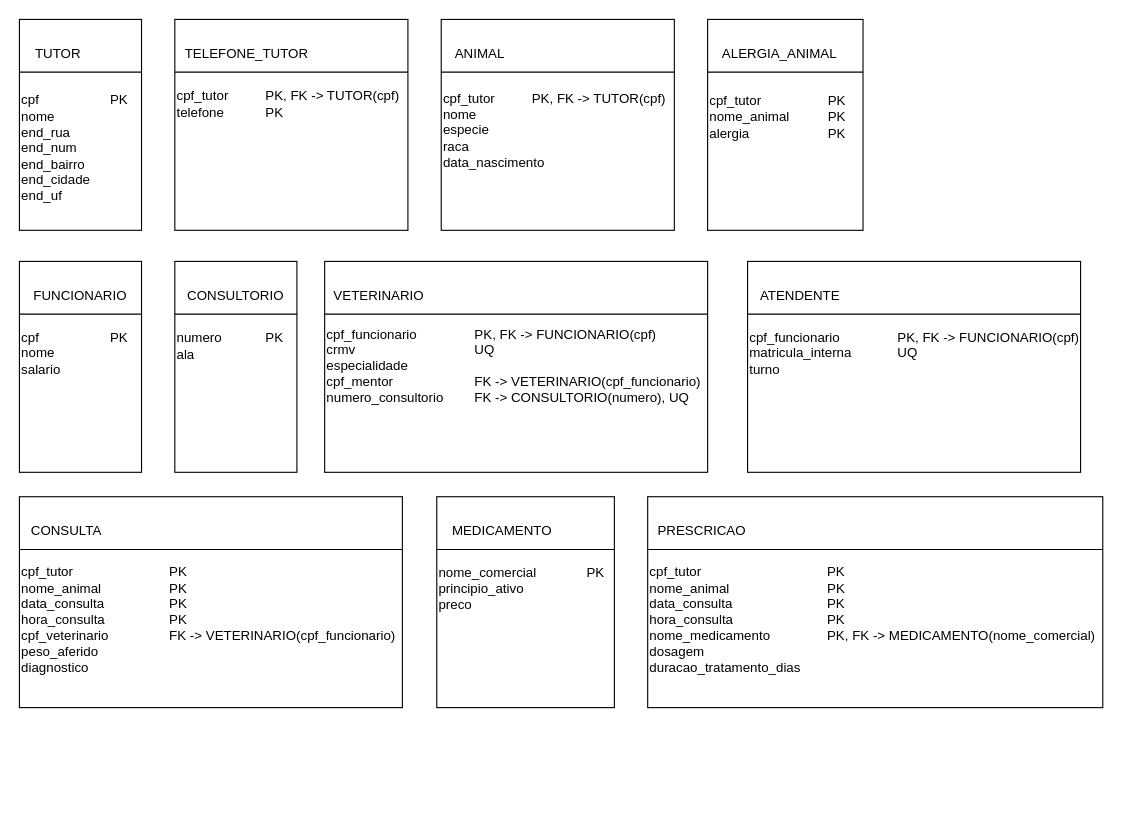
Before: page "Mapeamento" (2 of 2) of Exercício 1.drawio in F4CC0/Database-LBD, a draw.io diagram. Source tidied: cells renumbered, new cells numbered last; positions are measured from the earlier drawing's top-left corner, leaving out a move shared by most shapes. Both pictures are drawn from the tidied source at 111%, with x=0, y=0 at pixel (19, 19).
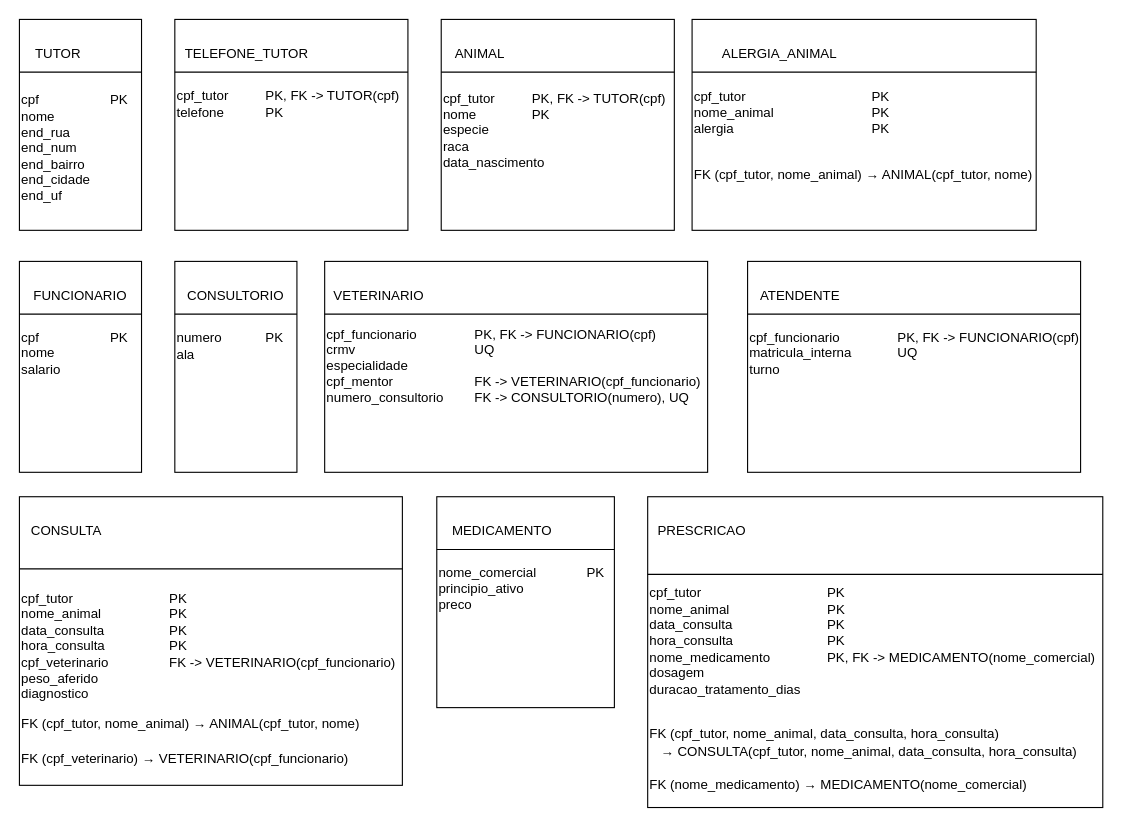
The same diagram, later.

Change to the diagram source:
```diff
@@
-    <mxCell id="13" value="cpf_tutor&lt;span style=&quot;white-space: pre;&quot;&gt;&#9;&lt;/span&gt;&lt;span style=&quot;white-space: pre;&quot;&gt;&#9;&lt;/span&gt;PK, FK -&amp;gt; TUTOR(cpf)&lt;div&gt;nome&lt;/div&gt;&lt;div&gt;especie&lt;/div&gt;&lt;div&gt;raca&lt;/div&gt;&lt;div&gt;data_nascimento&lt;/div&gt;" style="text;html=1;whiteSpace=wrap;strokeColor=none;fillColor=none;align=left;verticalAlign=middle;rounded=0;" parent="1" vertex="1">
+    <mxCell id="13" value="cpf_tutor&lt;span style=&quot;white-space: pre;&quot;&gt;&#9;&lt;/span&gt;&lt;span style=&quot;white-space: pre;&quot;&gt;&#9;&lt;/span&gt;PK, FK -&amp;gt; TUTOR(cpf)&lt;div&gt;nome&lt;span style=&quot;white-space: pre;&quot;&gt;&#9;&lt;/span&gt;&lt;span style=&quot;white-space: pre;&quot;&gt;&#9;&lt;/span&gt;PK&lt;/div&gt;&lt;div&gt;especie&lt;/div&gt;&lt;div&gt;raca&lt;/div&gt;&lt;div&gt;data_nascimento&lt;/div&gt;" style="text;html=1;whiteSpace=wrap;strokeColor=none;fillColor=none;align=left;verticalAlign=middle;rounded=0;" parent="1" vertex="1">
       <mxGeometry x="380" y="70" width="210" height="60" as="geometry" />
     </mxCell>
     <mxCell id="14" style="rounded=0;whiteSpace=wrap;html=1;" parent="1" vertex="1">
-      <mxGeometry x="620" width="140" height="190" as="geometry" />
+      <mxGeometry x="606" width="310" height="190" as="geometry" />
     </mxCell>
@@
-    <mxCell id="17" value="cpf_tutor&lt;span style=&quot;white-space: pre;&quot;&gt;&#9;&lt;/span&gt;&lt;span style=&quot;white-space: pre;&quot;&gt;&#9;&lt;span style=&quot;white-space: pre;&quot;&gt;&#9;&lt;/span&gt;&lt;/span&gt;PK&lt;div&gt;nome_animal&lt;span style=&quot;white-space: pre;&quot;&gt;&#9;&lt;span style=&quot;white-space: pre;&quot;&gt;&#9;&lt;/span&gt;&lt;/span&gt;PK&lt;/div&gt;&lt;div&gt;alergia&lt;span style=&quot;white-space: pre;&quot;&gt;&#9;&lt;/span&gt;&lt;span style=&quot;white-space: pre;&quot;&gt;&#9;&lt;span style=&quot;white-space: pre;&quot;&gt;&#9;&lt;/span&gt;&lt;/span&gt;PK&lt;/div&gt;" style="text;html=1;whiteSpace=wrap;strokeColor=none;fillColor=none;align=left;verticalAlign=middle;rounded=0;" parent="1" vertex="1">
-      <mxGeometry x="620" y="65" width="140" height="45" as="geometry" />
+    <mxCell id="17" value="cpf_tutor&lt;span style=&quot;white-space: pre;&quot;&gt;&#9;&lt;/span&gt;&lt;span style=&quot;white-space: pre;&quot;&gt;&#9;&lt;span style=&quot;white-space: pre;&quot;&gt;&#9;&lt;span style=&quot;white-space: pre;&quot;&gt;&#9;&lt;/span&gt;&lt;span style=&quot;white-space: pre;&quot;&gt;&#9;&lt;/span&gt;&lt;/span&gt;&lt;/span&gt;PK&lt;div&gt;nome_animal&lt;span style=&quot;white-space: pre;&quot;&gt;&#9;&lt;span style=&quot;white-space: pre;&quot;&gt;&#9;&lt;span style=&quot;white-space: pre;&quot;&gt;&#9;&lt;/span&gt;&lt;span style=&quot;white-space: pre;&quot;&gt;&#9;&lt;/span&gt;&lt;/span&gt;&lt;/span&gt;PK&lt;/div&gt;&lt;div&gt;alergia&lt;span style=&quot;white-space: pre;&quot;&gt;&#9;&lt;/span&gt;&lt;span style=&quot;white-space: pre;&quot;&gt;&#9;&lt;span style=&quot;white-space: pre;&quot;&gt;&#9;&lt;span style=&quot;white-space: pre;&quot;&gt;&#9;&lt;/span&gt;&lt;span style=&quot;white-space: pre;&quot;&gt;&#9;&lt;/span&gt;&lt;/span&gt;&lt;/span&gt;PK&lt;/div&gt;&lt;div&gt;&lt;br&gt;&lt;/div&gt;&lt;div&gt;&lt;pre dir=&quot;ltr&quot;&gt;&lt;code&gt;&lt;font face=&quot;Helvetica&quot;&gt;FK (cpf_tutor, nome_animal) → ANIMAL(cpf_tutor, nome)&lt;/font&gt;&lt;/code&gt;&lt;/pre&gt;&lt;/div&gt;" style="text;html=1;whiteSpace=wrap;strokeColor=none;fillColor=none;align=left;verticalAlign=middle;rounded=0;" parent="1" vertex="1">
+      <mxGeometry x="606" y="60" width="250" height="102.5" as="geometry" />
     </mxCell>
@@
     <mxCell id="34" style="rounded=0;whiteSpace=wrap;html=1;" parent="1" vertex="1">
-      <mxGeometry y="430" width="345" height="190" as="geometry" />
+      <mxGeometry y="430" width="345" height="260" as="geometry" />
     </mxCell>
@@
-    <mxCell id="37" value="cpf_tutor&lt;span style=&quot;white-space: pre;&quot;&gt;&#9;&lt;/span&gt;&lt;span style=&quot;white-space: pre;&quot;&gt;&#9;&lt;span style=&quot;white-space: pre;&quot;&gt;&#9;&lt;/span&gt;&lt;span style=&quot;white-space: pre;&quot;&gt;&#9;&lt;/span&gt;&lt;/span&gt;PK&lt;div&gt;nome_animal&lt;span style=&quot;white-space: pre;&quot;&gt;&#9;&lt;/span&gt;&lt;span style=&quot;white-space: pre;&quot;&gt;&#9;&lt;span style=&quot;white-space: pre;&quot;&gt;&#9;&lt;/span&gt;P&lt;/span&gt;K&lt;/div&gt;&lt;div&gt;data_consulta&lt;span style=&quot;white-space: pre;&quot;&gt;&#9;&lt;/span&gt;&lt;span style=&quot;white-space: pre;&quot;&gt;&#9;&lt;/span&gt;&lt;span style=&quot;white-space: pre;&quot;&gt;&#9;&lt;/span&gt;PK&lt;/div&gt;&lt;div&gt;hora_consulta&lt;span style=&quot;white-space: pre;&quot;&gt;&#9;&lt;/span&gt;&lt;span style=&quot;white-space: pre;&quot;&gt;&#9;&lt;/span&gt;&lt;span style=&quot;white-space: pre;&quot;&gt;&#9;&lt;/span&gt;PK&lt;/div&gt;&lt;div&gt;cpf_veterinario&lt;span style=&quot;white-space: pre;&quot;&gt;&#9;&lt;/span&gt;&lt;span style=&quot;white-space: pre;&quot;&gt;&#9;&lt;/span&gt;FK -&amp;gt; VETERINARIO(cpf_funcionario)&lt;/div&gt;&lt;div&gt;peso_aferido&lt;/div&gt;&lt;div&gt;diagnostico&lt;/div&gt;" style="text;html=1;whiteSpace=wrap;strokeColor=none;fillColor=none;align=left;verticalAlign=middle;rounded=0;" parent="1" vertex="1">
-      <mxGeometry y="490" width="345" height="102.5" as="geometry" />
+    <mxCell id="37" value="cpf_tutor&lt;span style=&quot;white-space: pre;&quot;&gt;&#9;&lt;/span&gt;&lt;span style=&quot;white-space: pre;&quot;&gt;&#9;&lt;span style=&quot;white-space: pre;&quot;&gt;&#9;&lt;/span&gt;&lt;span style=&quot;white-space: pre;&quot;&gt;&#9;&lt;/span&gt;&lt;/span&gt;PK&lt;div&gt;nome_animal&lt;span style=&quot;white-space: pre;&quot;&gt;&#9;&lt;/span&gt;&lt;span style=&quot;white-space: pre;&quot;&gt;&#9;&lt;span style=&quot;white-space: pre;&quot;&gt;&#9;&lt;/span&gt;P&lt;/span&gt;K&lt;/div&gt;&lt;div&gt;data_consulta&lt;span style=&quot;white-space: pre;&quot;&gt;&#9;&lt;/span&gt;&lt;span style=&quot;white-space: pre;&quot;&gt;&#9;&lt;/span&gt;&lt;span style=&quot;white-space: pre;&quot;&gt;&#9;&lt;/span&gt;PK&lt;/div&gt;&lt;div&gt;hora_consulta&lt;span style=&quot;white-space: pre;&quot;&gt;&#9;&lt;/span&gt;&lt;span style=&quot;white-space: pre;&quot;&gt;&#9;&lt;/span&gt;&lt;span style=&quot;white-space: pre;&quot;&gt;&#9;&lt;/span&gt;PK&lt;/div&gt;&lt;div&gt;cpf_veterinario&lt;span style=&quot;white-space: pre;&quot;&gt;&#9;&lt;/span&gt;&lt;span style=&quot;white-space: pre;&quot;&gt;&#9;&lt;/span&gt;FK -&amp;gt; VETERINARIO(cpf_funcionario)&lt;/div&gt;&lt;div&gt;peso_aferido&lt;/div&gt;&lt;div&gt;diagnostico&lt;/div&gt;&lt;div&gt;&lt;pre dir=&quot;ltr&quot;&gt;&lt;code&gt;&lt;font face=&quot;Helvetica&quot;&gt;FK (cpf_tutor, nome_animal) → ANIMAL(cpf_tutor, nome)&lt;br&gt;&lt;br&gt;FK (cpf_veterinario) → VETERINARIO(cpf_funcionario)&lt;/font&gt;&lt;/code&gt;&lt;/pre&gt;&lt;/div&gt;" style="text;html=1;whiteSpace=wrap;strokeColor=none;fillColor=none;align=left;verticalAlign=middle;rounded=0;" parent="1" vertex="1">
+      <mxGeometry y="520" width="345" height="160" as="geometry" />
     </mxCell>
@@
     <mxCell id="42" style="rounded=0;whiteSpace=wrap;html=1;" parent="1" vertex="1">
-      <mxGeometry x="566" y="430" width="410" height="190" as="geometry" />
+      <mxGeometry x="566" y="430" width="410" height="280" as="geometry" />
     </mxCell>
@@
-    <mxCell id="45" value="cpf_tutor&lt;span style=&quot;white-space: pre;&quot;&gt;&#9;&lt;/span&gt;&lt;span style=&quot;white-space: pre;&quot;&gt;&#9;&lt;span style=&quot;white-space: pre;&quot;&gt;&#9;&lt;/span&gt;&lt;span style=&quot;white-space: pre;&quot;&gt;&#9;&lt;span style=&quot;white-space: pre;&quot;&gt;&#9;&lt;/span&gt;&lt;/span&gt;&lt;/span&gt;PK&lt;div&gt;nome_animal&lt;span style=&quot;white-space: pre;&quot;&gt;&#9;&lt;/span&gt;&lt;span style=&quot;white-space: pre;&quot;&gt;&#9;&lt;span style=&quot;white-space: pre;&quot;&gt;&#9;&lt;span style=&quot;white-space: pre;&quot;&gt;&#9;&lt;/span&gt;&lt;/span&gt;P&lt;/span&gt;K&lt;/div&gt;&lt;div&gt;data_consulta&lt;span style=&quot;white-space: pre;&quot;&gt;&#9;&lt;/span&gt;&lt;span style=&quot;white-space: pre;&quot;&gt;&#9;&lt;/span&gt;&lt;span style=&quot;white-space: pre;&quot;&gt;&#9;&lt;span style=&quot;white-space: pre;&quot;&gt;&#9;&lt;/span&gt;&lt;/span&gt;PK&lt;/div&gt;&lt;div&gt;hora_consulta&lt;span style=&quot;white-space: pre;&quot;&gt;&#9;&lt;/span&gt;&lt;span style=&quot;white-space: pre;&quot;&gt;&#9;&lt;/span&gt;&lt;span style=&quot;white-space: pre;&quot;&gt;&#9;&lt;span style=&quot;white-space: pre;&quot;&gt;&#9;&lt;/span&gt;&lt;/span&gt;PK&lt;/div&gt;&lt;div&gt;nome_medicamento&lt;span style=&quot;white-space: pre;&quot;&gt;&#9;&lt;/span&gt;&lt;span style=&quot;white-space: pre;&quot;&gt;&#9;&lt;/span&gt;PK, FK&amp;nbsp;-&amp;gt; MEDICAMENTO(nome_comercial)&lt;/div&gt;&lt;div&gt;dosagem&lt;/div&gt;&lt;div&gt;duracao_tratamento_dias&lt;/div&gt;" style="text;html=1;whiteSpace=wrap;strokeColor=none;fillColor=none;align=left;verticalAlign=middle;rounded=0;" parent="1" vertex="1">
-      <mxGeometry x="566" y="490" width="410" height="102.5" as="geometry" />
+    <mxCell id="45" value="cpf_tutor&lt;span style=&quot;white-space: pre;&quot;&gt;&#9;&lt;/span&gt;&lt;span style=&quot;white-space: pre;&quot;&gt;&#9;&lt;span style=&quot;white-space: pre;&quot;&gt;&#9;&lt;/span&gt;&lt;span style=&quot;white-space: pre;&quot;&gt;&#9;&lt;span style=&quot;white-space: pre;&quot;&gt;&#9;&lt;/span&gt;&lt;/span&gt;&lt;/span&gt;PK&lt;div&gt;nome_animal&lt;span style=&quot;white-space: pre;&quot;&gt;&#9;&lt;/span&gt;&lt;span style=&quot;white-space: pre;&quot;&gt;&#9;&lt;span style=&quot;white-space: pre;&quot;&gt;&#9;&lt;span style=&quot;white-space: pre;&quot;&gt;&#9;&lt;/span&gt;&lt;/span&gt;P&lt;/span&gt;K&lt;/div&gt;&lt;div&gt;data_consulta&lt;span style=&quot;white-space: pre;&quot;&gt;&#9;&lt;/span&gt;&lt;span style=&quot;white-space: pre;&quot;&gt;&#9;&lt;/span&gt;&lt;span style=&quot;white-space: pre;&quot;&gt;&#9;&lt;span style=&quot;white-space: pre;&quot;&gt;&#9;&lt;/span&gt;&lt;/span&gt;PK&lt;/div&gt;&lt;div&gt;hora_consulta&lt;span style=&quot;white-space: pre;&quot;&gt;&#9;&lt;/span&gt;&lt;span style=&quot;white-space: pre;&quot;&gt;&#9;&lt;/span&gt;&lt;span style=&quot;white-space: pre;&quot;&gt;&#9;&lt;span style=&quot;white-space: pre;&quot;&gt;&#9;&lt;/span&gt;&lt;/span&gt;PK&lt;/div&gt;&lt;div&gt;nome_medicamento&lt;span style=&quot;white-space: pre;&quot;&gt;&#9;&lt;/span&gt;&lt;span style=&quot;white-space: pre;&quot;&gt;&#9;&lt;/span&gt;PK, FK&amp;nbsp;-&amp;gt; MEDICAMENTO(nome_comercial)&lt;/div&gt;&lt;div&gt;dosagem&lt;/div&gt;&lt;div&gt;duracao_tratamento_dias&lt;/div&gt;&lt;div&gt;&lt;br&gt;&lt;/div&gt;&lt;div&gt;&lt;pre dir=&quot;ltr&quot;&gt;&lt;code&gt;&lt;font face=&quot;Helvetica&quot;&gt;FK (cpf_tutor, nome_animal, data_consulta, hora_consulta)&lt;br&gt;   → CONSULTA(cpf_tutor, nome_animal, data_consulta, hora_consulta)&lt;br&gt;&lt;br&gt;FK (nome_medicamento) → MEDICAMENTO(nome_comercial)&lt;/font&gt;&lt;/code&gt;&lt;/pre&gt;&lt;/div&gt;" style="text;html=1;whiteSpace=wrap;strokeColor=none;fillColor=none;align=left;verticalAlign=middle;rounded=0;" parent="1" vertex="1">
+      <mxGeometry x="566" y="510" width="410" height="200" as="geometry" />
     </mxCell>
```
